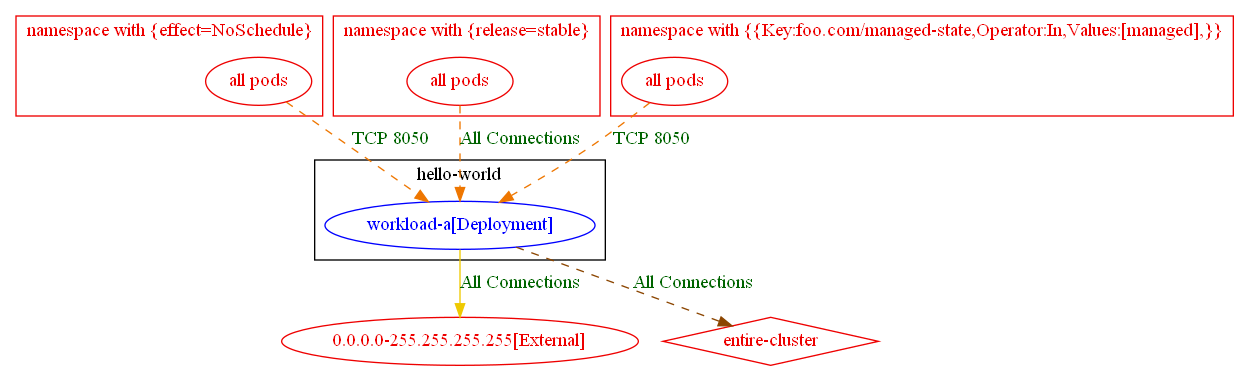
This is test_outputs/connlist/exposure_multiple_unmatched_rules_test_exposure_output.dot.png from np-guard/netpol-analyzer, a Graphviz export, as it was before one commit. Its source is kept beside it as test_outputs/connlist/exposure_multiple_unmatched_rules_test_exposure_output.dot.
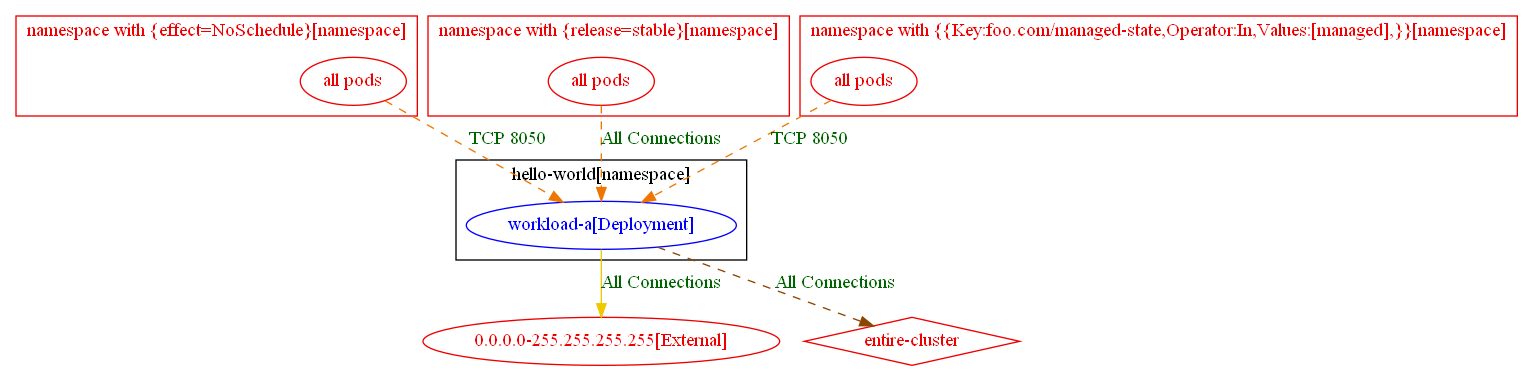
After the commit.

The edit, as a diff of the source:
```diff
@@ -1,27 +1,27 @@
 digraph {
-	subgraph "cluster_hello_world" {
+	subgraph "cluster_hello_world[namespace]" {
 		color="black"
 		fontcolor="black"
 		"hello-world/workload-a[Deployment]" [label="workload-a[Deployment]" color="blue" fontcolor="blue"]
-		label="hello-world"
+		label="hello-world[namespace]"
 	}
-	subgraph "cluster_namespace with {effect=NoSchedule}" {
+	subgraph "cluster_namespace with {effect=NoSchedule}[namespace]" {
 		color="red2"
 		fontcolor="red2"
 		"all pods_in_namespace with {effect=NoSchedule}" [label="all pods" color="red2" fontcolor="red2"]
-		label="namespace with {effect=NoSchedule}"
+		label="namespace with {effect=NoSchedule}[namespace]"
 	}
-	subgraph "cluster_namespace with {release=stable}" {
+	subgraph "cluster_namespace with {release=stable}[namespace]" {
 		color="red2"
 		fontcolor="red2"
 		"all pods_in_namespace with {release=stable}" [label="all pods" color="red2" fontcolor="red2"]
-		label="namespace with {release=stable}"
+		label="namespace with {release=stable}[namespace]"
 	}
-	subgraph "cluster_namespace with {{Key:foo.com/managed_state,Operator:In,Values:[managed],}}" {
+	subgraph "cluster_namespace with {{Key:foo.com/managed_state,Operator:In,Values:[managed],}}[namespace]" {
 		color="red2"
 		fontcolor="red2"
 		"all pods_in_namespace with {{Key:foo.com/managed-state,Operator:In,Values:[managed],}}" [label="all pods" color="red2" fontcolor="red2"]
-		label="namespace with {{Key:foo.com/managed-state,Operator:In,Values:[managed],}}"
+		label="namespace with {{Key:foo.com/managed-state,Operator:In,Values:[managed],}}[namespace]"
 	}
 	"0.0.0.0-255.255.255.255[External]" [label="0.0.0.0-255.255.255.255[External]" color="red2" fontcolor="red2"]
 	"entire-cluster" [label="entire-cluster" color="red2" fontcolor="red2" shape=diamond]
```
